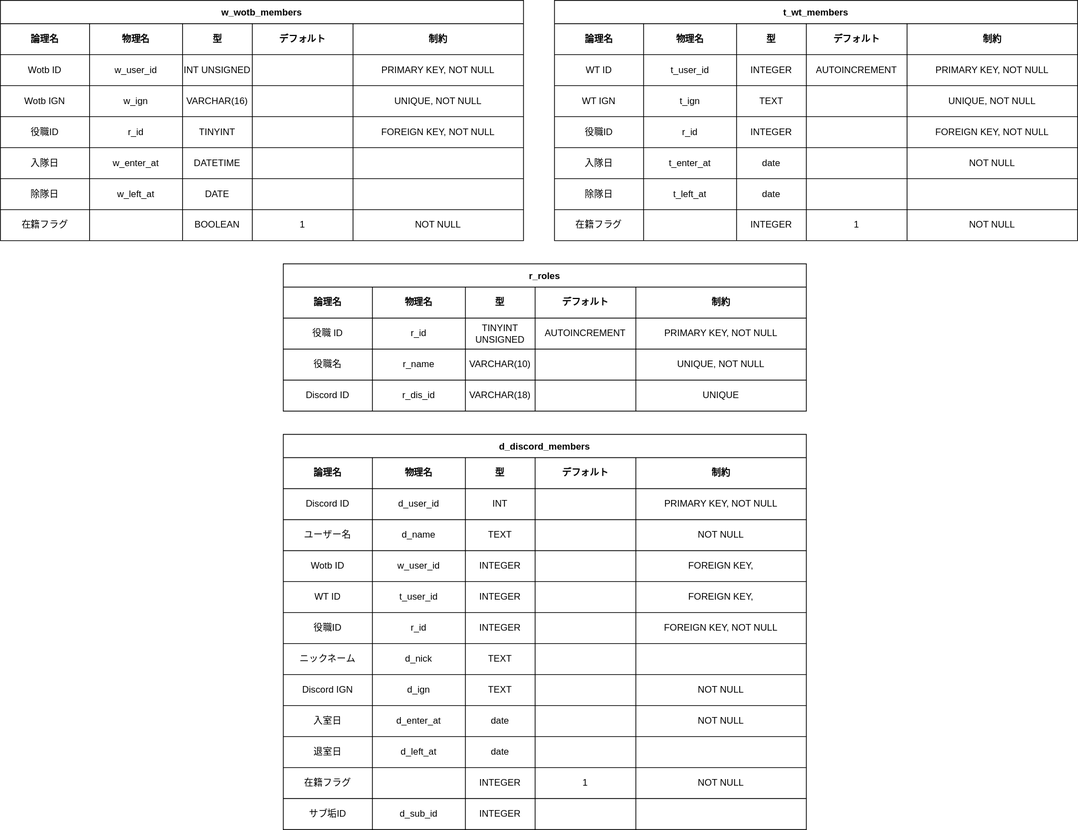
Earlier version of the draw.io export doc/DB-Butsuri.drawio.svg (otazero/ClanManagementDiscordBot). Source tidied: cells renumbered, new cells last; positions are measured from the earlier drawing's top-left corner, leaving out a move shared by most shapes.
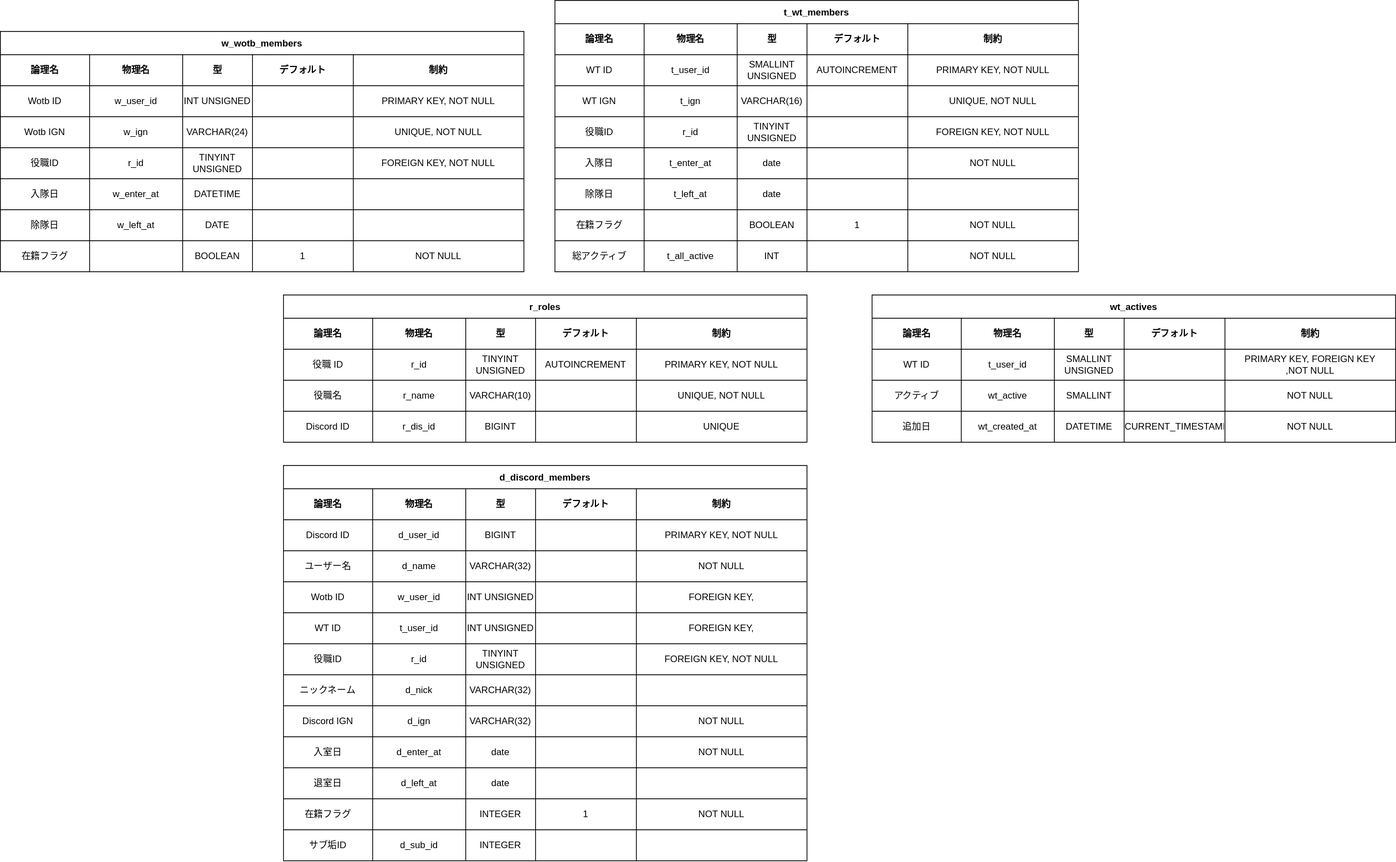
The same file after the commit.

Change to the diagram source:
```diff
@@ -55,3 +55,3 @@
     </mxCell>
-    <mxCell id="19" value="VARCHAR(16)" style="shape=partialRectangle;html=1;whiteSpace=wrap;fillColor=none;top=0;left=0;bottom=0;right=0;overflow=hidden;" parent="16" vertex="1">
+    <mxCell id="19" value="VARCHAR(24)" style="shape=partialRectangle;html=1;whiteSpace=wrap;fillColor=none;top=0;left=0;bottom=0;right=0;overflow=hidden;" parent="16" vertex="1">
       <mxGeometry x="235" width="90" height="40" as="geometry" />
@@ -73,3 +73,3 @@
     </mxCell>
-    <mxCell id="25" value="TINYINT" style="shape=partialRectangle;html=1;whiteSpace=wrap;fillColor=none;top=0;left=0;bottom=0;right=0;overflow=hidden;" parent="22" vertex="1">
+    <mxCell id="25" value="TINYINT UNSIGNED" style="shape=partialRectangle;html=1;whiteSpace=wrap;fillColor=none;top=0;left=0;bottom=0;right=0;overflow=hidden;" parent="22" vertex="1">
       <mxGeometry x="235" width="90" height="40" as="geometry" />
@@ -149,3 +149,3 @@
     <mxCell id="50" value="t_wt_members" style="shape=table;startSize=30;fontStyle=1;align=center;" parent="1" vertex="1">
-      <mxGeometry x="715" width="675" height="310" as="geometry" />
+      <mxGeometry x="715" y="-40" width="675" height="350" as="geometry" />
     </mxCell>
@@ -178,3 +178,3 @@
     </mxCell>
-    <mxCell id="60" value="INTEGER" style="shape=partialRectangle;html=1;whiteSpace=wrap;fillColor=none;top=0;left=0;bottom=0;right=0;overflow=hidden;" parent="57" vertex="1">
+    <mxCell id="60" value="SMALLINT UNSIGNED" style="shape=partialRectangle;html=1;whiteSpace=wrap;fillColor=none;top=0;left=0;bottom=0;right=0;overflow=hidden;" parent="57" vertex="1">
       <mxGeometry x="235" width="90" height="40" as="geometry" />
@@ -196,3 +196,3 @@
     </mxCell>
-    <mxCell id="66" value="TEXT" style="shape=partialRectangle;html=1;whiteSpace=wrap;fillColor=none;top=0;left=0;bottom=0;right=0;overflow=hidden;" parent="63" vertex="1">
+    <mxCell id="66" value="VARCHAR(16)" style="shape=partialRectangle;html=1;whiteSpace=wrap;fillColor=none;top=0;left=0;bottom=0;right=0;overflow=hidden;" parent="63" vertex="1">
       <mxGeometry x="235" width="90" height="40" as="geometry" />
@@ -214,3 +214,3 @@
     </mxCell>
-    <mxCell id="72" value="INTEGER" style="shape=partialRectangle;html=1;whiteSpace=wrap;fillColor=none;top=0;left=0;bottom=0;right=0;overflow=hidden;" parent="69" vertex="1">
+    <mxCell id="72" value="TINYINT UNSIGNED" style="shape=partialRectangle;html=1;whiteSpace=wrap;fillColor=none;top=0;left=0;bottom=0;right=0;overflow=hidden;" parent="69" vertex="1">
       <mxGeometry x="235" width="90" height="40" as="geometry" />
@@ -268,3 +268,3 @@
     </mxCell>
-    <mxCell id="90" value="INTEGER" style="shape=partialRectangle;html=1;whiteSpace=wrap;fillColor=none;top=0;left=0;bottom=0;right=0;overflow=hidden;" parent="87" vertex="1">
+    <mxCell id="90" value="BOOLEAN" style="shape=partialRectangle;html=1;whiteSpace=wrap;fillColor=none;top=0;left=0;bottom=0;right=0;overflow=hidden;" parent="87" vertex="1">
       <mxGeometry x="235" width="90" height="40" as="geometry" />
@@ -277,2 +277,20 @@
     </mxCell>
+    <mxCell id="191" style="shape=partialRectangle;html=1;whiteSpace=wrap;fillColor=none;top=0;left=0;bottom=0;right=0;" parent="50" vertex="1">
+      <mxGeometry y="310" width="675" height="40" as="geometry" />
+    </mxCell>
+    <mxCell id="192" value="総アクティブ" style="shape=partialRectangle;html=1;whiteSpace=wrap;fillColor=none;top=0;left=0;bottom=0;right=0;overflow=hidden;" parent="191" vertex="1">
+      <mxGeometry width="115" height="40" as="geometry" />
+    </mxCell>
+    <mxCell id="193" value="t_all_active" style="shape=partialRectangle;html=1;whiteSpace=wrap;fillColor=none;top=0;left=0;bottom=0;right=0;overflow=hidden;" parent="191" vertex="1">
+      <mxGeometry x="115" width="120" height="40" as="geometry" />
+    </mxCell>
+    <mxCell id="194" value="INT" style="shape=partialRectangle;html=1;whiteSpace=wrap;fillColor=none;top=0;left=0;bottom=0;right=0;overflow=hidden;" parent="191" vertex="1">
+      <mxGeometry x="235" width="90" height="40" as="geometry" />
+    </mxCell>
+    <mxCell id="195" style="shape=partialRectangle;html=1;whiteSpace=wrap;fillColor=none;top=0;left=0;bottom=0;right=0;overflow=hidden;" parent="191" vertex="1">
+      <mxGeometry x="325" width="130" height="40" as="geometry" />
+    </mxCell>
+    <mxCell id="196" value="NOT NULL" style="shape=partialRectangle;html=1;whiteSpace=wrap;fillColor=none;top=0;left=0;bottom=0;right=0;overflow=hidden;" parent="191" vertex="1">
+      <mxGeometry x="455" width="220" height="40" as="geometry" />
+    </mxCell>
     <mxCell id="93" value="r_roles" style="shape=table;startSize=30;fontStyle=1;align=center;" parent="1" vertex="1">
@@ -343,3 +361,3 @@
     </mxCell>
-    <mxCell id="115" value="VARCHAR(18)" style="shape=partialRectangle;html=1;whiteSpace=wrap;fillColor=none;top=0;left=0;bottom=0;right=0;overflow=hidden;" parent="112" vertex="1">
+    <mxCell id="115" value="BIGINT" style="shape=partialRectangle;html=1;whiteSpace=wrap;fillColor=none;top=0;left=0;bottom=0;right=0;overflow=hidden;" parent="112" vertex="1">
       <mxGeometry x="235" width="90" height="40" as="geometry" />
@@ -382,3 +400,3 @@
     </mxCell>
-    <mxCell id="128" value="INT" style="shape=partialRectangle;html=1;whiteSpace=wrap;fillColor=none;top=0;left=0;bottom=0;right=0;overflow=hidden;" parent="125" vertex="1">
+    <mxCell id="128" value="BIGINT" style="shape=partialRectangle;html=1;whiteSpace=wrap;fillColor=none;top=0;left=0;bottom=0;right=0;overflow=hidden;" parent="125" vertex="1">
       <mxGeometry x="235" width="90" height="40" as="geometry" />
@@ -400,3 +418,3 @@
     </mxCell>
-    <mxCell id="134" value="TEXT" style="shape=partialRectangle;html=1;whiteSpace=wrap;fillColor=none;top=0;left=0;bottom=0;right=0;overflow=hidden;" parent="131" vertex="1">
+    <mxCell id="134" value="VARCHAR(32)" style="shape=partialRectangle;html=1;whiteSpace=wrap;fillColor=none;top=0;left=0;bottom=0;right=0;overflow=hidden;" parent="131" vertex="1">
       <mxGeometry x="235" width="90" height="40" as="geometry" />
@@ -418,3 +436,3 @@
     </mxCell>
-    <mxCell id="140" value="&lt;span&gt;INTEGER&lt;/span&gt;" style="shape=partialRectangle;html=1;whiteSpace=wrap;fillColor=none;top=0;left=0;bottom=0;right=0;overflow=hidden;" parent="137" vertex="1">
+    <mxCell id="140" value="INT UNSIGNED" style="shape=partialRectangle;html=1;whiteSpace=wrap;fillColor=none;top=0;left=0;bottom=0;right=0;overflow=hidden;" parent="137" vertex="1">
       <mxGeometry x="235" width="90" height="40" as="geometry" />
@@ -436,3 +454,3 @@
     </mxCell>
-    <mxCell id="146" value="INTEGER" style="shape=partialRectangle;html=1;whiteSpace=wrap;fillColor=none;top=0;left=0;bottom=0;right=0;overflow=hidden;" parent="143" vertex="1">
+    <mxCell id="146" value="INT UNSIGNED" style="shape=partialRectangle;html=1;whiteSpace=wrap;fillColor=none;top=0;left=0;bottom=0;right=0;overflow=hidden;" parent="143" vertex="1">
       <mxGeometry x="235" width="90" height="40" as="geometry" />
@@ -454,3 +472,3 @@
     </mxCell>
-    <mxCell id="152" value="INTEGER" style="shape=partialRectangle;html=1;whiteSpace=wrap;fillColor=none;top=0;left=0;bottom=0;right=0;overflow=hidden;" parent="149" vertex="1">
+    <mxCell id="152" value="TINYINT UNSIGNED" style="shape=partialRectangle;html=1;whiteSpace=wrap;fillColor=none;top=0;left=0;bottom=0;right=0;overflow=hidden;" parent="149" vertex="1">
       <mxGeometry x="235" width="90" height="40" as="geometry" />
@@ -472,3 +490,3 @@
     </mxCell>
-    <mxCell id="158" value="TEXT" style="shape=partialRectangle;html=1;whiteSpace=wrap;fillColor=none;top=0;left=0;bottom=0;right=0;overflow=hidden;" parent="155" vertex="1">
+    <mxCell id="158" value="VARCHAR(32)" style="shape=partialRectangle;html=1;whiteSpace=wrap;fillColor=none;top=0;left=0;bottom=0;right=0;overflow=hidden;" parent="155" vertex="1">
       <mxGeometry x="235" width="90" height="40" as="geometry" />
@@ -490,3 +508,3 @@
     </mxCell>
-    <mxCell id="164" value="TEXT" style="shape=partialRectangle;html=1;whiteSpace=wrap;fillColor=none;top=0;left=0;bottom=0;right=0;overflow=hidden;" parent="161" vertex="1">
+    <mxCell id="164" value="VARCHAR(32)" style="shape=partialRectangle;html=1;whiteSpace=wrap;fillColor=none;top=0;left=0;bottom=0;right=0;overflow=hidden;" parent="161" vertex="1">
       <mxGeometry x="235" width="90" height="40" as="geometry" />
@@ -571,2 +589,77 @@
     </mxCell>
+    <mxCell id="197" value="wt_actives" style="shape=table;startSize=30;fontStyle=1;align=center;" parent="1" vertex="1">
+      <mxGeometry x="1124" y="340" width="675" height="190" as="geometry" />
+    </mxCell>
+    <mxCell id="198" style="shape=partialRectangle;html=1;whiteSpace=wrap;fillColor=none;top=0;left=0;bottom=0;right=0;" parent="197" vertex="1">
+      <mxGeometry y="30" width="675" height="40" as="geometry" />
+    </mxCell>
+    <mxCell id="199" value="論理名" style="shape=partialRectangle;html=1;whiteSpace=wrap;fillColor=none;top=0;left=0;bottom=0;right=0;overflow=hidden;fontStyle=1;" parent="198" vertex="1">
+      <mxGeometry width="115" height="40" as="geometry" />
+    </mxCell>
+    <mxCell id="200" value="物理名" style="shape=partialRectangle;html=1;whiteSpace=wrap;fillColor=none;top=0;left=0;bottom=0;right=0;overflow=hidden;fontStyle=1;" parent="198" vertex="1">
+      <mxGeometry x="115" width="120" height="40" as="geometry" />
+    </mxCell>
+    <mxCell id="201" value="型" style="shape=partialRectangle;html=1;whiteSpace=wrap;fillColor=none;top=0;left=0;bottom=0;right=0;overflow=hidden;fontStyle=1;" parent="198" vertex="1">
+      <mxGeometry x="235" width="90" height="40" as="geometry" />
+    </mxCell>
+    <mxCell id="202" value="デフォルト" style="shape=partialRectangle;html=1;whiteSpace=wrap;fillColor=none;top=0;left=0;bottom=0;right=0;overflow=hidden;fontStyle=1;" parent="198" vertex="1">
+      <mxGeometry x="325" width="130" height="40" as="geometry" />
+    </mxCell>
+    <mxCell id="203" value="制約" style="shape=partialRectangle;html=1;whiteSpace=wrap;fillColor=none;top=0;left=0;bottom=0;right=0;overflow=hidden;fontStyle=1;" parent="198" vertex="1">
+      <mxGeometry x="455" width="220" height="40" as="geometry" />
+    </mxCell>
+    <mxCell id="204" style="shape=partialRectangle;html=1;whiteSpace=wrap;fillColor=none;top=0;left=0;bottom=0;right=0;" parent="197" vertex="1">
+      <mxGeometry y="70" width="675" height="40" as="geometry" />
+    </mxCell>
+    <mxCell id="205" value="WT ID" style="shape=partialRectangle;html=1;whiteSpace=wrap;fillColor=none;top=0;left=0;bottom=0;right=0;overflow=hidden;" parent="204" vertex="1">
+      <mxGeometry width="115" height="40" as="geometry" />
+    </mxCell>
+    <mxCell id="206" value="t_user_id" style="shape=partialRectangle;html=1;whiteSpace=wrap;fillColor=none;top=0;left=0;bottom=0;right=0;overflow=hidden;" parent="204" vertex="1">
+      <mxGeometry x="115" width="120" height="40" as="geometry" />
+    </mxCell>
+    <mxCell id="207" value="SMALLINT UNSIGNED" style="shape=partialRectangle;html=1;whiteSpace=wrap;fillColor=none;top=0;left=0;bottom=0;right=0;overflow=hidden;" parent="204" vertex="1">
+      <mxGeometry x="235" width="90" height="40" as="geometry" />
+    </mxCell>
+    <mxCell id="208" style="shape=partialRectangle;html=1;whiteSpace=wrap;fillColor=none;top=0;left=0;bottom=0;right=0;overflow=hidden;" parent="204" vertex="1">
+      <mxGeometry x="325" width="130" height="40" as="geometry" />
+    </mxCell>
+    <mxCell id="209" value="&lt;span&gt;PRIMARY KEY,&amp;nbsp;&lt;/span&gt;FOREIGN KEY&lt;span&gt;&lt;br&gt;&amp;nbsp;,NOT NULL&lt;/span&gt;" style="shape=partialRectangle;html=1;whiteSpace=wrap;fillColor=none;top=0;left=0;bottom=0;right=0;overflow=hidden;" parent="204" vertex="1">
+      <mxGeometry x="455" width="220" height="40" as="geometry" />
+    </mxCell>
+    <mxCell id="210" style="shape=partialRectangle;html=1;whiteSpace=wrap;fillColor=none;top=0;left=0;bottom=0;right=0;" parent="197" vertex="1">
+      <mxGeometry y="110" width="675" height="40" as="geometry" />
+    </mxCell>
+    <mxCell id="211" value="アクティブ" style="shape=partialRectangle;html=1;whiteSpace=wrap;fillColor=none;top=0;left=0;bottom=0;right=0;overflow=hidden;" parent="210" vertex="1">
+      <mxGeometry width="115" height="40" as="geometry" />
+    </mxCell>
+    <mxCell id="212" value="wt_active" style="shape=partialRectangle;html=1;whiteSpace=wrap;fillColor=none;top=0;left=0;bottom=0;right=0;overflow=hidden;" parent="210" vertex="1">
+      <mxGeometry x="115" width="120" height="40" as="geometry" />
+    </mxCell>
+    <mxCell id="213" value="SMALLINT" style="shape=partialRectangle;html=1;whiteSpace=wrap;fillColor=none;top=0;left=0;bottom=0;right=0;overflow=hidden;" parent="210" vertex="1">
+      <mxGeometry x="235" width="90" height="40" as="geometry" />
+    </mxCell>
+    <mxCell id="214" style="shape=partialRectangle;html=1;whiteSpace=wrap;fillColor=none;top=0;left=0;bottom=0;right=0;overflow=hidden;" parent="210" vertex="1">
+      <mxGeometry x="325" width="130" height="40" as="geometry" />
+    </mxCell>
+    <mxCell id="215" value="NOT NULL" style="shape=partialRectangle;html=1;whiteSpace=wrap;fillColor=none;top=0;left=0;bottom=0;right=0;overflow=hidden;" parent="210" vertex="1">
+      <mxGeometry x="455" width="220" height="40" as="geometry" />
+    </mxCell>
+    <mxCell id="216" style="shape=partialRectangle;html=1;whiteSpace=wrap;fillColor=none;top=0;left=0;bottom=0;right=0;" parent="197" vertex="1">
+      <mxGeometry y="150" width="675" height="40" as="geometry" />
+    </mxCell>
+    <mxCell id="217" value="追加日" style="shape=partialRectangle;html=1;whiteSpace=wrap;fillColor=none;top=0;left=0;bottom=0;right=0;overflow=hidden;" parent="216" vertex="1">
+      <mxGeometry width="115" height="40" as="geometry" />
+    </mxCell>
+    <mxCell id="218" value="wt_created_at" style="shape=partialRectangle;html=1;whiteSpace=wrap;fillColor=none;top=0;left=0;bottom=0;right=0;overflow=hidden;" parent="216" vertex="1">
+      <mxGeometry x="115" width="120" height="40" as="geometry" />
+    </mxCell>
+    <mxCell id="219" value="DATETIME" style="shape=partialRectangle;html=1;whiteSpace=wrap;fillColor=none;top=0;left=0;bottom=0;right=0;overflow=hidden;" parent="216" vertex="1">
+      <mxGeometry x="235" width="90" height="40" as="geometry" />
+    </mxCell>
+    <mxCell id="220" value="CURRENT_TIMESTAMP" style="shape=partialRectangle;html=1;whiteSpace=wrap;fillColor=none;top=0;left=0;bottom=0;right=0;overflow=hidden;" parent="216" vertex="1">
+      <mxGeometry x="325" width="130" height="40" as="geometry" />
+    </mxCell>
+    <mxCell id="221" value="NOT NULL" style="shape=partialRectangle;html=1;whiteSpace=wrap;fillColor=none;top=0;left=0;bottom=0;right=0;overflow=hidden;" parent="216" vertex="1">
+      <mxGeometry x="455" width="220" height="40" as="geometry" />
+    </mxCell>
   </root>
```
